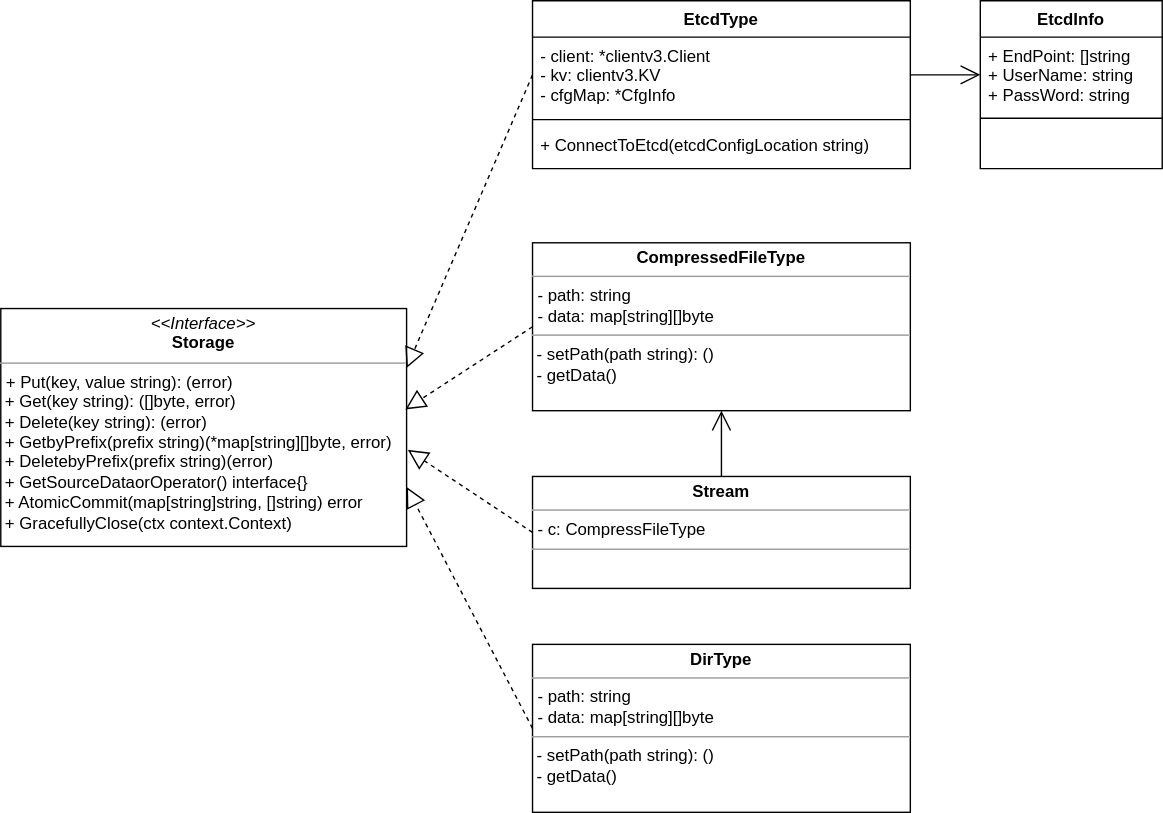
This is docs/images/概设/存储模块.svg from dalgorithm-bastar/configer, a draw.io export, as it was before one commit. Source tidied: cells renumbered, new cells last; positions are measured from the earlier drawing's top-left corner, leaving out a move shared by most shapes.
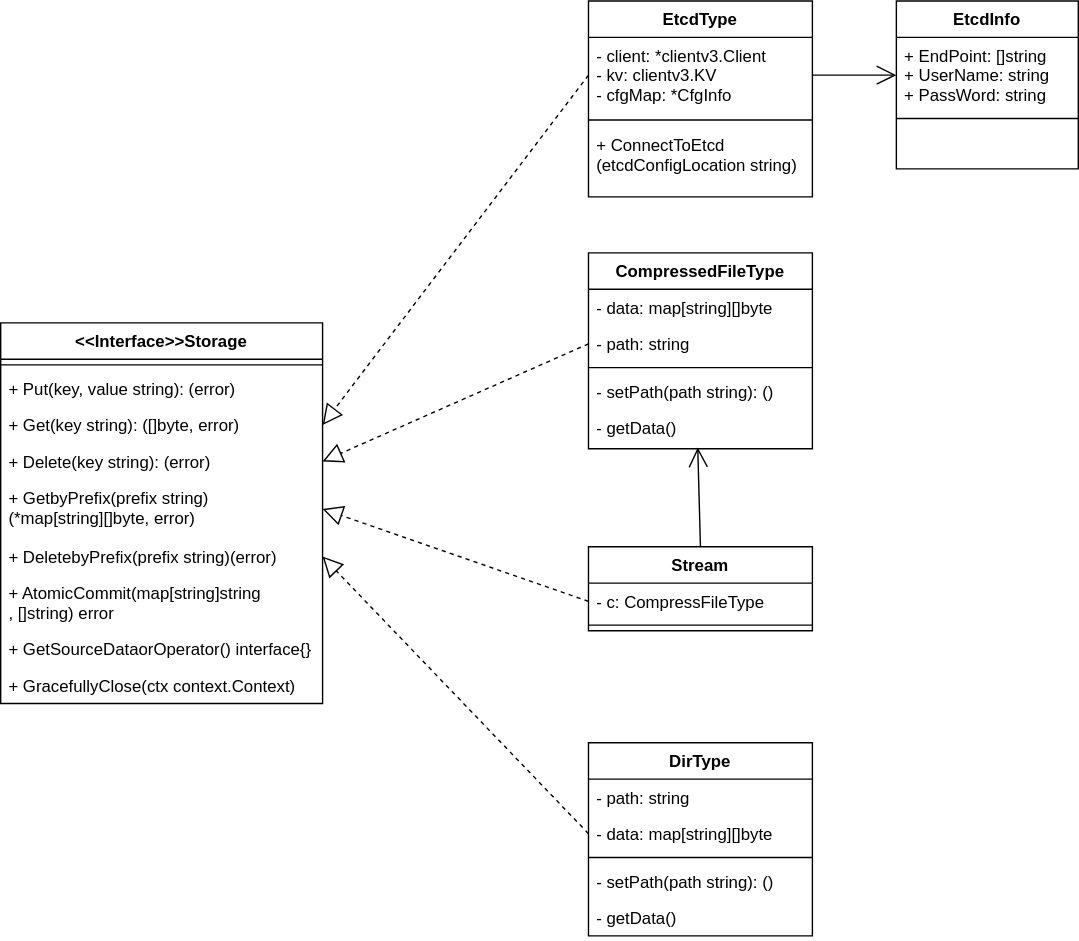
The same diagram one commit later.

Diff of the diagram source:
```diff
@@ -3,19 +3,19 @@
     <mxCell id="0" />
     <mxCell id="1" parent="0" />
     <mxCell id="2" value="EtcdType" style="swimlane;fontStyle=1;align=center;verticalAlign=top;horizontal=1;startSize=26;" parent="1" vertex="1">
-      <mxGeometry x="380" width="270" height="120" as="geometry" />
+      <mxGeometry x="410" y="-10" width="160" height="140" as="geometry" />
     </mxCell>
     <mxCell id="3" value="- client: *clientv3.Client&#10;- kv: clientv3.KV &#10;- cfgMap: *CfgInfo" style="text;strokeColor=none;fillColor=none;align=left;verticalAlign=top;spacingLeft=4;spacingRight=4;overflow=hidden;points=[[0,0.5],[1,0.5]];portConstraint=eastwest;" parent="2" vertex="1">
-      <mxGeometry y="26" width="270" height="54" as="geometry" />
+      <mxGeometry y="26" width="160" height="54" as="geometry" />
     </mxCell>
     <mxCell id="4" style="line;strokeWidth=1;fillColor=none;align=left;verticalAlign=middle;spacingTop=-1;spacingLeft=3;spacingRight=3;labelPosition=right;" parent="2" vertex="1">
-      <mxGeometry y="80" width="270" height="10" as="geometry" />
+      <mxGeometry y="80" width="160" height="10" as="geometry" />
     </mxCell>
-    <mxCell id="5" value="+ ConnectToEtcd(etcdConfigLocation string)" style="text;strokeColor=none;fillColor=none;align=left;verticalAlign=top;spacingLeft=4;spacingRight=4;overflow=hidden;" parent="2" vertex="1">
-      <mxGeometry y="90" width="270" height="30" as="geometry" />
+    <mxCell id="5" value="+ ConnectToEtcd&#10;(etcdConfigLocation string)" style="text;strokeColor=none;fillColor=none;align=left;verticalAlign=top;spacingLeft=4;spacingRight=4;overflow=hidden;" parent="2" vertex="1">
+      <mxGeometry y="90" width="160" height="50" as="geometry" />
     </mxCell>
     <mxCell id="6" value="EtcdInfo" style="swimlane;fontStyle=1;align=center;verticalAlign=top;horizontal=1;startSize=26;" parent="1" vertex="1">
-      <mxGeometry x="700" width="130" height="120" as="geometry" />
+      <mxGeometry x="630" y="-10" width="130" height="120" as="geometry" />
     </mxCell>
     <mxCell id="7" value="+ EndPoint: []string&#10;+ UserName: string&#10;+ PassWord: string" style="text;strokeColor=none;fillColor=none;align=left;verticalAlign=top;spacingLeft=4;spacingRight=4;overflow=hidden;points=[[0,0.5],[1,0.5]];portConstraint=eastwest;" parent="6" vertex="1">
       <mxGeometry y="26" width="130" height="54" as="geometry" />
@@ -29,32 +29,95 @@
     <mxCell id="10" style="endArrow=open;endFill=1;endSize=12;html=1;entryX=0;entryY=0.5;entryDx=0;entryDy=0;exitX=1;exitY=0.5;exitDx=0;exitDy=0;" parent="1" edge="1" source="3" target="7">
       <mxGeometry relative="1" as="geometry" />
     </mxCell>
-    <mxCell id="11" value="&lt;p style=&quot;margin: 0px ; margin-top: 4px ; text-align: center&quot;&gt;&lt;i&gt;&amp;lt;&amp;lt;Interface&amp;gt;&amp;gt;&lt;/i&gt;&lt;br&gt;&lt;b&gt;Storage&lt;/b&gt;&lt;/p&gt;&lt;hr size=&quot;1&quot;&gt;&lt;p style=&quot;margin: 0px ; margin-left: 4px&quot;&gt;+ Put(key, value string): (error)&lt;br&gt;&lt;/p&gt;&amp;nbsp;+ Get(key string): ([]byte, error)&lt;br&gt;&amp;nbsp;+ Delete(key string): (error)&lt;br&gt;&amp;nbsp;+ GetbyPrefix(prefix string)(*map[string][]byte, error)&lt;br&gt;&amp;nbsp;+ DeletebyPrefix(prefix string)(error)&lt;br&gt;&lt;span&gt;&amp;nbsp;+ GetSourceDataorOperator&lt;/span&gt;&lt;span&gt;() &lt;/span&gt;&lt;span&gt;interface&lt;/span&gt;&lt;span&gt;{}&lt;br&gt;&lt;/span&gt;&lt;span&gt;&amp;nbsp;+ AtomicCommit&lt;/span&gt;&lt;span&gt;(&lt;/span&gt;&lt;span&gt;map&lt;/span&gt;&lt;span&gt;[&lt;/span&gt;&lt;span&gt;string&lt;/span&gt;&lt;span&gt;]&lt;/span&gt;&lt;span&gt;string, &lt;/span&gt;&lt;span&gt;[]&lt;/span&gt;&lt;span&gt;string&lt;/span&gt;&lt;span&gt;) &lt;/span&gt;&lt;span&gt;error&lt;br&gt;&lt;/span&gt;&lt;span&gt;&amp;nbsp;+ GracefullyClose&lt;/span&gt;&lt;span&gt;(ctx &lt;/span&gt;&lt;span&gt;context&lt;/span&gt;&lt;span&gt;.&lt;/span&gt;&lt;span&gt;Context&lt;/span&gt;&lt;span&gt;)&lt;/span&gt;&lt;span&gt;&lt;br&gt;&lt;/span&gt;" style="verticalAlign=top;align=left;overflow=fill;fontSize=12;fontFamily=Helvetica;html=1;" parent="1" vertex="1">
-      <mxGeometry y="220" width="290" height="170" as="geometry" />
-    </mxCell>
-    <mxCell id="12" value="&lt;p style=&quot;margin: 0px ; margin-top: 4px ; text-align: center&quot;&gt;&lt;b&gt;CompressedFileType&lt;/b&gt;&lt;/p&gt;&lt;hr size=&quot;1&quot;&gt;&lt;p style=&quot;margin: 0px ; margin-left: 4px&quot;&gt;- path: string&lt;/p&gt;&lt;p style=&quot;margin: 0px ; margin-left: 4px&quot;&gt;- data: map[string][]byte&lt;/p&gt;&lt;hr size=&quot;1&quot;&gt;&amp;nbsp;- setPath(path string): ()&lt;br&gt;&amp;nbsp;- getData()&lt;br&gt;&lt;p style=&quot;margin: 0px ; margin-left: 4px&quot;&gt;&lt;/p&gt;" style="verticalAlign=top;align=left;overflow=fill;fontSize=12;fontFamily=Helvetica;html=1;" parent="1" vertex="1">
-      <mxGeometry x="380" y="173" width="270" height="120" as="geometry" />
-    </mxCell>
-    <mxCell id="13" style="endArrow=block;dashed=1;endFill=0;endSize=12;html=1;exitX=0;exitY=0.5;exitDx=0;exitDy=0;entryX=0.997;entryY=0.424;entryDx=0;entryDy=0;entryPerimeter=0;" parent="1" edge="1" source="12" target="11">
+    <mxCell id="13" style="endArrow=block;dashed=1;endFill=0;endSize=12;html=1;exitX=0;exitY=0.5;exitDx=0;exitDy=0;entryX=1;entryY=0.5;entryDx=0;entryDy=0;" parent="1" edge="1" source="32" target="24">
       <mxGeometry relative="1" as="geometry" />
     </mxCell>
-    <mxCell id="14" style="endArrow=block;dashed=1;endFill=0;endSize=12;html=1;exitX=0;exitY=0.5;exitDx=0;exitDy=0;entryX=1;entryY=0.25;entryDx=0;entryDy=0;" parent="1" edge="1" source="3" target="11">
+    <mxCell id="14" style="endArrow=block;dashed=1;endFill=0;endSize=12;html=1;exitX=0;exitY=0.5;exitDx=0;exitDy=0;entryX=1;entryY=0.5;entryDx=0;entryDy=0;" parent="1" edge="1" source="3" target="23">
       <mxGeometry relative="1" as="geometry" />
     </mxCell>
-    <mxCell id="15" value="&lt;p style=&quot;margin: 0px ; margin-top: 4px ; text-align: center&quot;&gt;&lt;b&gt;Stream&lt;/b&gt;&lt;/p&gt;&lt;hr size=&quot;1&quot;&gt;&lt;p style=&quot;margin: 0px ; margin-left: 4px&quot;&gt;- c: CompressFileType&lt;/p&gt;&lt;hr size=&quot;1&quot;&gt;&amp;nbsp;&lt;br&gt;&lt;p style=&quot;margin: 0px ; margin-left: 4px&quot;&gt;&lt;/p&gt;" style="verticalAlign=top;align=left;overflow=fill;fontSize=12;fontFamily=Helvetica;html=1;" parent="1" vertex="1">
-      <mxGeometry x="380" y="340" width="270" height="80" as="geometry" />
-    </mxCell>
-    <mxCell id="16" style="endArrow=block;dashed=1;endFill=0;endSize=12;html=1;exitX=0;exitY=0.5;exitDx=0;exitDy=0;entryX=1.003;entryY=0.594;entryDx=0;entryDy=0;entryPerimeter=0;" parent="1" edge="1" source="15" target="11">
+    <mxCell id="16" style="endArrow=block;dashed=1;endFill=0;endSize=12;html=1;exitX=0;exitY=0.5;exitDx=0;exitDy=0;entryX=1;entryY=0.5;entryDx=0;entryDy=0;" parent="1" edge="1" source="37" target="25">
       <mxGeometry relative="1" as="geometry" />
     </mxCell>
-    <mxCell id="17" style="endArrow=open;endFill=1;endSize=12;html=1;entryX=0.5;entryY=1;entryDx=0;entryDy=0;exitX=0.5;exitY=0;exitDx=0;exitDy=0;" parent="1" edge="1" source="15" target="12">
+    <mxCell id="17" style="endArrow=open;endFill=1;endSize=12;html=1;exitX=0.5;exitY=0;exitDx=0;exitDy=0;entryX=0.488;entryY=0.964;entryDx=0;entryDy=0;entryPerimeter=0;" parent="1" edge="1" source="36" target="35">
       <mxGeometry relative="1" as="geometry" />
     </mxCell>
-    <mxCell id="18" value="&lt;p style=&quot;margin: 0px ; margin-top: 4px ; text-align: center&quot;&gt;&lt;b&gt;DirType&lt;/b&gt;&lt;/p&gt;&lt;hr size=&quot;1&quot;&gt;&lt;p style=&quot;margin: 0px ; margin-left: 4px&quot;&gt;- path: string&lt;/p&gt;&lt;p style=&quot;margin: 0px ; margin-left: 4px&quot;&gt;- data: map[string][]byte&lt;/p&gt;&lt;hr size=&quot;1&quot;&gt;&amp;nbsp;- setPath(path string): ()&lt;br&gt;&amp;nbsp;- getData()&lt;br&gt;&lt;p style=&quot;margin: 0px ; margin-left: 4px&quot;&gt;&lt;/p&gt;" style="verticalAlign=top;align=left;overflow=fill;fontSize=12;fontFamily=Helvetica;html=1;" parent="1" vertex="1">
-      <mxGeometry x="380" y="460" width="270" height="120" as="geometry" />
-    </mxCell>
-    <mxCell id="19" style="endArrow=block;dashed=1;endFill=0;endSize=12;html=1;exitX=0;exitY=0.5;exitDx=0;exitDy=0;entryX=1;entryY=0.75;entryDx=0;entryDy=0;" parent="1" edge="1" source="18" target="11">
+    <mxCell id="19" style="endArrow=block;dashed=1;endFill=0;endSize=12;html=1;exitX=0;exitY=0.5;exitDx=0;exitDy=0;entryX=1;entryY=0.5;entryDx=0;entryDy=0;" parent="1" edge="1" source="41" target="26">
       <mxGeometry relative="1" as="geometry" />
     </mxCell>
+    <mxCell id="20" value="&lt;&lt;Interface&gt;&gt;Storage" style="swimlane;fontStyle=1;align=center;verticalAlign=top;horizontal=1;startSize=26;html=0;" parent="1" vertex="1">
+      <mxGeometry x="-10" y="220" width="230" height="272" as="geometry" />
+    </mxCell>
+    <mxCell id="21" style="line;strokeWidth=1;fillColor=none;align=left;verticalAlign=middle;spacingTop=-1;spacingLeft=3;spacingRight=3;labelPosition=right;" parent="20" vertex="1">
+      <mxGeometry y="26" width="230" height="8" as="geometry" />
+    </mxCell>
+    <mxCell id="22" value="+ Put(key, value string): (error)&#10;" style="text;strokeColor=none;fillColor=none;align=left;verticalAlign=top;spacingLeft=4;spacingRight=4;overflow=hidden;" parent="20" vertex="1">
+      <mxGeometry y="34" width="230" height="26" as="geometry" />
+    </mxCell>
+    <mxCell id="23" value="+ Get(key string): ([]byte, error)" style="text;strokeColor=none;fillColor=none;align=left;verticalAlign=top;spacingLeft=4;spacingRight=4;overflow=hidden;points=[[0,0.5],[1,0.5]];portConstraint=eastwest;" parent="20" vertex="1">
+      <mxGeometry y="60" width="230" height="26" as="geometry" />
+    </mxCell>
+    <mxCell id="24" value="+ Delete(key string): (error)" style="text;strokeColor=none;fillColor=none;align=left;verticalAlign=top;spacingLeft=4;spacingRight=4;overflow=hidden;points=[[0,0.5],[1,0.5]];portConstraint=eastwest;" parent="20" vertex="1">
+      <mxGeometry y="86" width="230" height="26" as="geometry" />
+    </mxCell>
+    <mxCell id="25" value="+ GetbyPrefix(prefix string)&#10;(*map[string][]byte, error)" style="text;strokeColor=none;fillColor=none;align=left;verticalAlign=top;spacingLeft=4;spacingRight=4;overflow=hidden;points=[[0,0.5],[1,0.5]];portConstraint=eastwest;" parent="20" vertex="1">
+      <mxGeometry y="112" width="230" height="42" as="geometry" />
+    </mxCell>
+    <mxCell id="26" value="+ DeletebyPrefix(prefix string)(error)" style="text;strokeColor=none;fillColor=none;align=left;verticalAlign=top;spacingLeft=4;spacingRight=4;overflow=hidden;points=[[0,0.5],[1,0.5]];portConstraint=eastwest;" parent="20" vertex="1">
+      <mxGeometry y="154" width="230" height="26" as="geometry" />
+    </mxCell>
+    <mxCell id="27" value="+ AtomicCommit(map[string]string&#10;, []string) error" style="text;strokeColor=none;fillColor=none;align=left;verticalAlign=top;spacingLeft=4;spacingRight=4;overflow=hidden;" parent="20" vertex="1">
+      <mxGeometry y="180" width="230" height="40" as="geometry" />
+    </mxCell>
+    <mxCell id="28" value="+ GetSourceDataorOperator() interface{}" style="text;strokeColor=none;fillColor=none;align=left;verticalAlign=top;spacingLeft=4;spacingRight=4;overflow=hidden;" parent="20" vertex="1">
+      <mxGeometry y="220" width="230" height="26" as="geometry" />
+    </mxCell>
+    <mxCell id="29" value="+ GracefullyClose(ctx context.Context)" style="text;strokeColor=none;fillColor=none;align=left;verticalAlign=top;spacingLeft=4;spacingRight=4;overflow=hidden;" parent="20" vertex="1">
+      <mxGeometry y="246" width="230" height="26" as="geometry" />
+    </mxCell>
+    <mxCell id="30" value="CompressedFileType" style="swimlane;fontStyle=1;align=center;verticalAlign=top;horizontal=1;startSize=26;html=0;" parent="1" vertex="1">
+      <mxGeometry x="410" y="170" width="160" height="140" as="geometry" />
+    </mxCell>
+    <mxCell id="31" value="- data: map[string][]byte" style="text;strokeColor=none;fillColor=none;align=left;verticalAlign=top;spacingLeft=4;spacingRight=4;overflow=hidden;" parent="30" vertex="1">
+      <mxGeometry y="26" width="160" height="26" as="geometry" />
+    </mxCell>
+    <mxCell id="32" value="- path: string" style="text;strokeColor=none;fillColor=none;align=left;verticalAlign=top;spacingLeft=4;spacingRight=4;overflow=hidden;points=[[0,0.5],[1,0.5]];portConstraint=eastwest;" parent="30" vertex="1">
+      <mxGeometry y="52" width="160" height="26" as="geometry" />
+    </mxCell>
+    <mxCell id="33" style="line;strokeWidth=1;fillColor=none;align=left;verticalAlign=middle;spacingTop=-1;spacingLeft=3;spacingRight=3;labelPosition=right;" parent="30" vertex="1">
+      <mxGeometry y="78" width="160" height="8" as="geometry" />
+    </mxCell>
+    <mxCell id="34" value="- setPath(path string): ()" style="text;strokeColor=none;fillColor=none;align=left;verticalAlign=top;spacingLeft=4;spacingRight=4;overflow=hidden;" parent="30" vertex="1">
+      <mxGeometry y="86" width="160" height="26" as="geometry" />
+    </mxCell>
+    <mxCell id="35" value="- getData()" style="text;strokeColor=none;fillColor=none;align=left;verticalAlign=top;spacingLeft=4;spacingRight=4;overflow=hidden;points=[[0,0.5],[1,0.5]];portConstraint=eastwest;" parent="30" vertex="1">
+      <mxGeometry y="112" width="160" height="28" as="geometry" />
+    </mxCell>
+    <mxCell id="36" value="Stream&#10;&#10;" style="swimlane;fontStyle=1;align=center;verticalAlign=top;horizontal=1;startSize=26;html=0;" parent="1" vertex="1">
+      <mxGeometry x="410" y="380" width="160" height="60" as="geometry" />
+    </mxCell>
+    <mxCell id="37" value="- c: CompressFileType" style="text;strokeColor=none;fillColor=none;align=left;verticalAlign=top;spacingLeft=4;spacingRight=4;overflow=hidden;points=[[0,0.5],[1,0.5]];portConstraint=eastwest;" parent="36" vertex="1">
+      <mxGeometry y="26" width="160" height="26" as="geometry" />
+    </mxCell>
+    <mxCell id="38" style="line;strokeWidth=1;fillColor=none;align=left;verticalAlign=middle;spacingTop=-1;spacingLeft=3;spacingRight=3;labelPosition=right;" parent="36" vertex="1">
+      <mxGeometry y="52" width="160" height="8" as="geometry" />
+    </mxCell>
+    <mxCell id="39" value="DirType" style="swimlane;fontStyle=1;align=center;verticalAlign=top;horizontal=1;startSize=26;html=0;" parent="1" vertex="1">
+      <mxGeometry x="410" y="520" width="160" height="138" as="geometry" />
+    </mxCell>
+    <mxCell id="40" value="- path: string" style="text;strokeColor=none;fillColor=none;align=left;verticalAlign=top;spacingLeft=4;spacingRight=4;overflow=hidden;" parent="39" vertex="1">
+      <mxGeometry y="26" width="160" height="26" as="geometry" />
+    </mxCell>
+    <mxCell id="41" value="- data: map[string][]byte" style="text;strokeColor=none;fillColor=none;align=left;verticalAlign=top;spacingLeft=4;spacingRight=4;overflow=hidden;points=[[0,0.5],[1,0.5]];portConstraint=eastwest;" parent="39" vertex="1">
+      <mxGeometry y="52" width="160" height="26" as="geometry" />
+    </mxCell>
+    <mxCell id="42" style="line;strokeWidth=1;fillColor=none;align=left;verticalAlign=middle;spacingTop=-1;spacingLeft=3;spacingRight=3;labelPosition=right;" parent="39" vertex="1">
+      <mxGeometry y="78" width="160" height="8" as="geometry" />
+    </mxCell>
+    <mxCell id="43" value="- setPath(path string): ()" style="text;strokeColor=none;fillColor=none;align=left;verticalAlign=top;spacingLeft=4;spacingRight=4;overflow=hidden;" parent="39" vertex="1">
+      <mxGeometry y="86" width="160" height="26" as="geometry" />
+    </mxCell>
+    <mxCell id="44" value="- getData()" style="text;strokeColor=none;fillColor=none;align=left;verticalAlign=top;spacingLeft=4;spacingRight=4;overflow=hidden;" parent="39" vertex="1">
+      <mxGeometry y="112" width="160" height="26" as="geometry" />
+    </mxCell>
   </root>
 </mxGraphModel>
```
